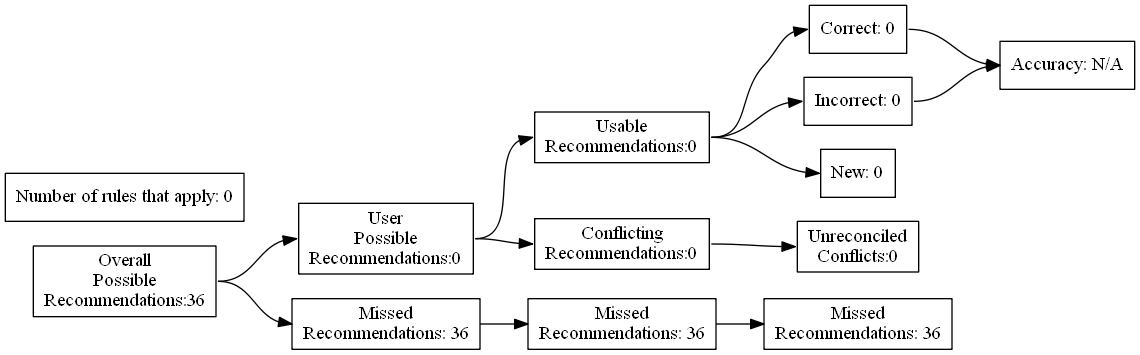
ZaxR/ibd_diet_analysis keeps this Graphviz diagram as test_renders/62.gv.png. Above is the earlier version. Its source is kept beside it as test_renders/62.gv. Its diagram source:
```dot
digraph {
	graph [rankdir=LR]
	node [pos=r shape=box]
	edge [headport=w tailport=e]
		A [label="Overall
Possible
Recommendations:36"]
		B [label="User
Possible
Recommendations:0"]
		C [label="Missed
Recommendations: 36"]
		D [label="Usable
Recommendations:0"]
		E [label="Conflicting
Recommendations:0"]
		J [label="Missed
Recommendations: 36"]
		M [label="Unreconciled
Conflicts:0"]
		F [label="Correct: 0"]
		G [label="Incorrect: 0"]
		H [label="New: 0"]
		K [label="Missed
Recommendations: 36"]
		I [label="Accuracy: N/A"]
		l [label="Number of rules that apply: 0"]
			A -> B
			A -> C
			B -> D
			B -> E
			D -> F
			D -> G
			D -> H
			F -> I
			G -> I
			C -> J
			J -> K
			E -> M
}
```
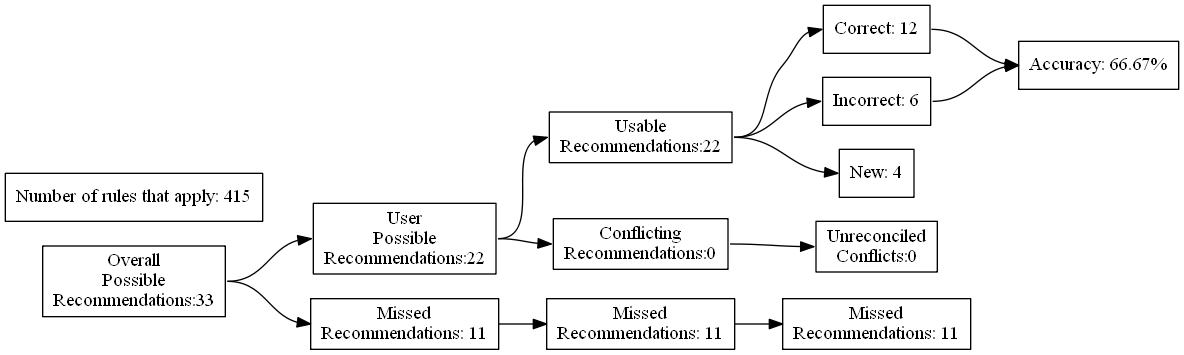
After the commit.

Diff of the diagram source:
```diff
@@ -4,27 +4,27 @@
 	edge [headport=w tailport=e]
 		A [label="Overall
 Possible
-Recommendations:36"]
+Recommendations:33"]
 		B [label="User
 Possible
-Recommendations:0"]
+Recommendations:22"]
 		C [label="Missed
-Recommendations: 36"]
+Recommendations: 11"]
 		D [label="Usable
-Recommendations:0"]
+Recommendations:22"]
 		E [label="Conflicting
 Recommendations:0"]
 		J [label="Missed
-Recommendations: 36"]
+Recommendations: 11"]
 		M [label="Unreconciled
 Conflicts:0"]
-		F [label="Correct: 0"]
-		G [label="Incorrect: 0"]
-		H [label="New: 0"]
+		F [label="Correct: 12"]
+		G [label="Incorrect: 6"]
+		H [label="New: 4"]
 		K [label="Missed
-Recommendations: 36"]
-		I [label="Accuracy: N/A"]
-		l [label="Number of rules that apply: 0"]
+Recommendations: 11"]
+		I [label="Accuracy: 66.67%"]
+		l [label="Number of rules that apply: 415"]
 			A -> B
 			A -> C
 			B -> D
```
